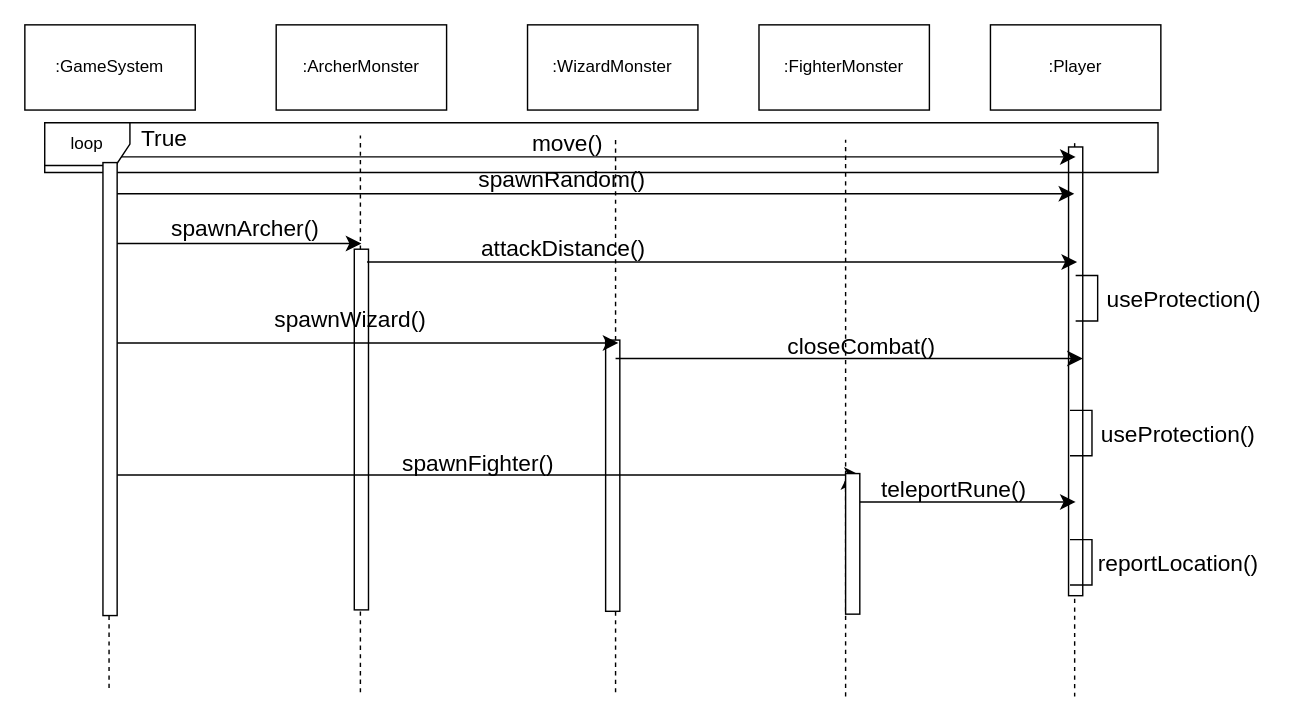
Above: Interaction Diagrams/Sequence/avoidMonster.drawio in zeynepyorulmaz/Rogue-Like (draw.io), before the change. Source tidied: cells renumbered, new cells numbered last; positions are measured from the earlier drawing's top-left corner, leaving out a move shared by most shapes. Both pictures are drawn from the tidied source at 142%, with x=0, y=0 at pixel (24, 24).
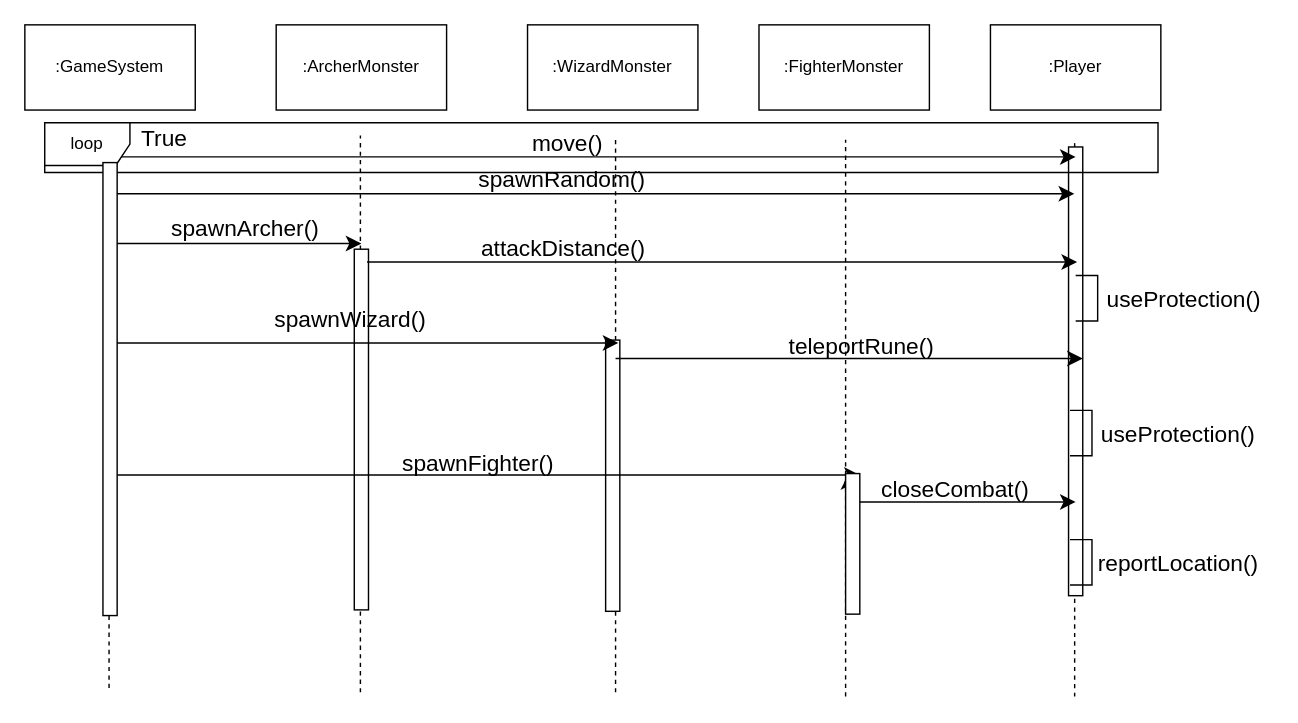
Above is the later version.

Commit message:
mistakes are corrected

Change to the diagram source:
```diff
@@
-    <mxCell id="27" value="closeCombat()" style="text;html=1;align=center;verticalAlign=middle;strokeColor=none;fillColor=none;fontSize=16;" parent="1" vertex="1">
-      <mxGeometry x="527.5" y="210.5" width="122" height="31" as="geometry" />
+    <mxCell id="27" value="teleportRune()" style="text;html=1;align=center;verticalAlign=middle;strokeColor=none;fillColor=none;fontSize=16;" parent="1" vertex="1">
+      <mxGeometry x="528.5" y="210.5" width="120" height="31" as="geometry" />
     </mxCell>
-    <mxCell id="28" value="teleportRune()" style="text;html=1;align=center;verticalAlign=middle;strokeColor=none;fillColor=none;fontSize=16;" parent="1" vertex="1">
-      <mxGeometry x="593.5" y="311.5" width="120" height="31" as="geometry" />
+    <mxCell id="28" value="closeCombat()" style="text;html=1;align=center;verticalAlign=middle;strokeColor=none;fillColor=none;fontSize=16;" parent="1" vertex="1">
+      <mxGeometry x="593.5" y="311.5" width="122" height="31" as="geometry" />
     </mxCell>
```
